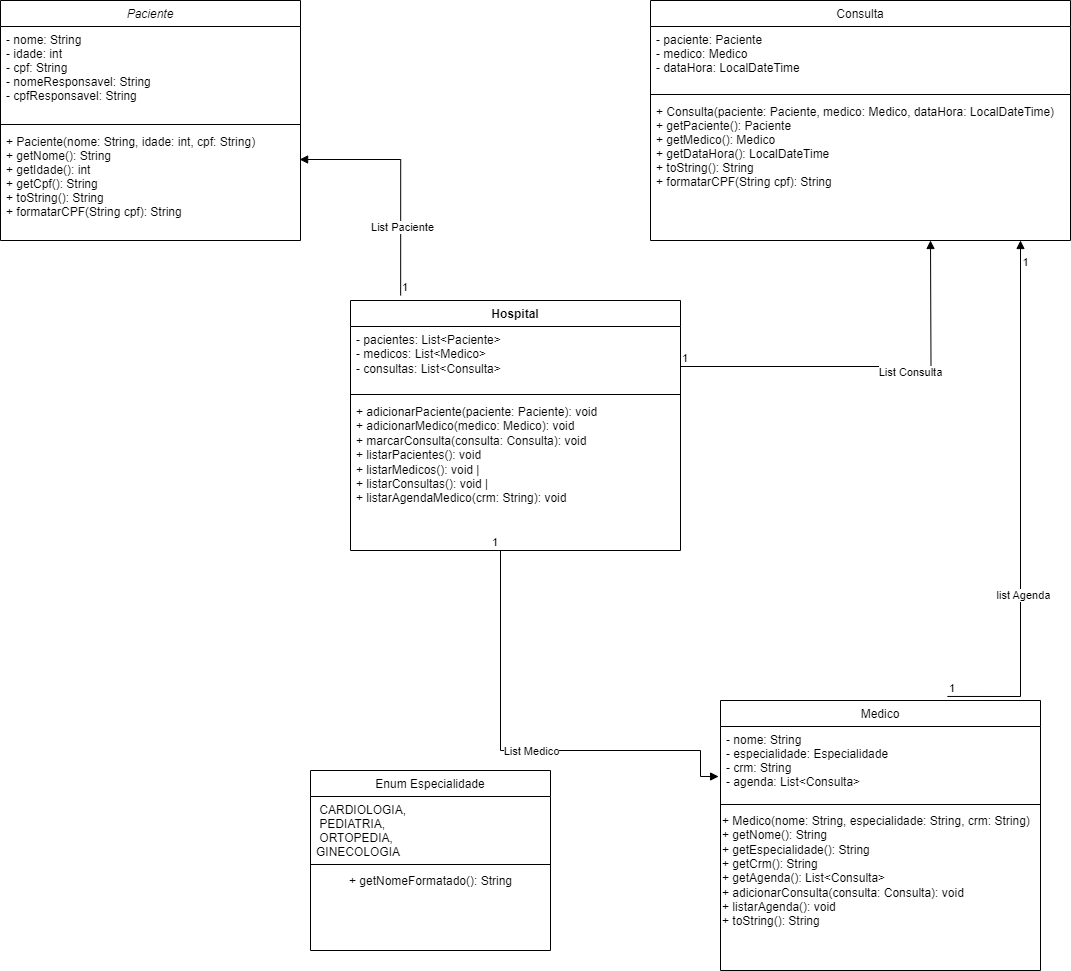
The draw.io diagram GH.drawio.png in LucasBigas/TrabFinalPoo, before a commit. Source tidied: cells renumbered, new cells last; positions are measured from the earlier drawing's top-left corner, leaving out a move shared by most shapes.
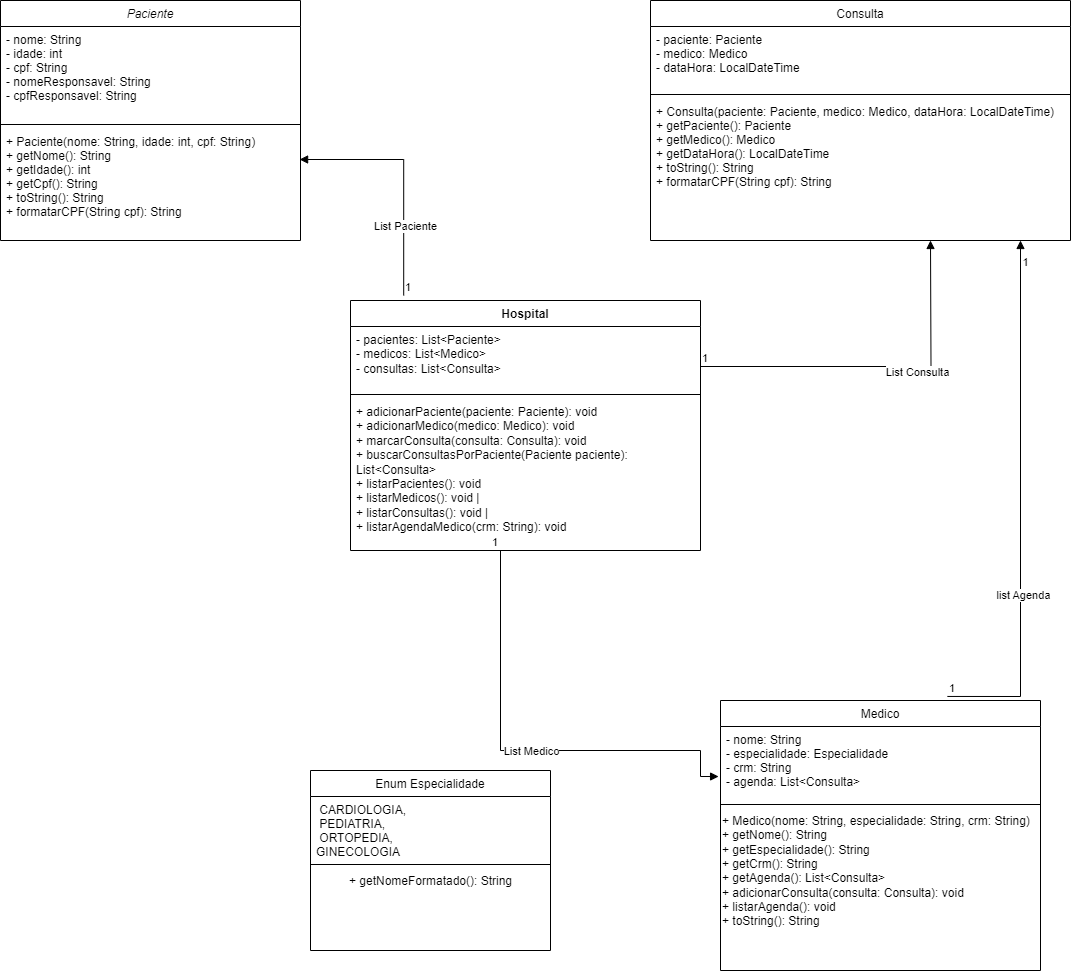
After the change.

What changed in the source:
```diff
@@ -51,16 +51,16 @@
       <mxGeometry y="98" width="420" height="102" as="geometry" />
     </mxCell>
     <mxCell id="18" value="Hospital" style="swimlane;fontStyle=1;align=center;verticalAlign=top;horizontal=1;startSize=26;whiteSpace=wrap;html=1;" parent="1" vertex="1">
-      <mxGeometry x="350" y="300" width="330" height="250" as="geometry" />
+      <mxGeometry x="350" y="300" width="350" height="250" as="geometry" />
     </mxCell>
     <mxCell id="19" value="- pacientes: List&amp;lt;Paciente&amp;gt;&lt;div&gt;- medicos: List&amp;lt;Medico&amp;gt;&lt;/div&gt;&lt;div&gt;- consultas: List&amp;lt;Consulta&amp;gt;&lt;/div&gt;" style="text;strokeColor=none;fillColor=none;align=left;verticalAlign=top;spacingLeft=4;spacingRight=4;overflow=hidden;points=[[0,0.5],[1,0.5]];portConstraint=eastwest;whiteSpace=wrap;html=1;" parent="18" vertex="1">
-      <mxGeometry y="26" width="330" height="64" as="geometry" />
+      <mxGeometry y="26" width="350" height="64" as="geometry" />
     </mxCell>
     <mxCell id="20" style="line;strokeWidth=1;fillColor=none;align=left;verticalAlign=middle;spacingTop=-1;spacingLeft=3;spacingRight=3;labelPosition=right;strokeColor=inherit;" parent="18" vertex="1">
-      <mxGeometry y="90" width="330" height="8" as="geometry" />
+      <mxGeometry y="90" width="350" height="8" as="geometry" />
     </mxCell>
-    <mxCell id="21" value="&lt;span style=&quot;text-wrap: nowrap;&quot;&gt;+ adicionarPaciente(paciente: Paciente): void&amp;nbsp;&lt;/span&gt;&lt;br style=&quot;padding: 0px; margin: 0px; text-wrap: nowrap;&quot;&gt;&lt;span style=&quot;text-wrap: nowrap;&quot;&gt;+ adicionarMedico(medico: Medico): void&amp;nbsp;&lt;/span&gt;&lt;br style=&quot;padding: 0px; margin: 0px; text-wrap: nowrap;&quot;&gt;&lt;span style=&quot;text-wrap: nowrap;&quot;&gt;+ marcarConsulta(consulta: Consulta): void&amp;nbsp;&lt;/span&gt;&lt;br style=&quot;padding: 0px; margin: 0px; text-wrap: nowrap;&quot;&gt;&lt;span style=&quot;text-wrap: nowrap;&quot;&gt;+ listarPacientes(): void&amp;nbsp;&lt;/span&gt;&lt;br style=&quot;padding: 0px; margin: 0px; text-wrap: nowrap;&quot;&gt;&lt;span style=&quot;text-wrap: nowrap;&quot;&gt;+ listarMedicos(): void |&lt;/span&gt;&lt;br style=&quot;padding: 0px; margin: 0px; text-wrap: nowrap;&quot;&gt;&lt;span style=&quot;text-wrap: nowrap;&quot;&gt;+ listarConsultas(): void |&lt;/span&gt;&lt;br style=&quot;padding: 0px; margin: 0px; text-wrap: nowrap;&quot;&gt;&lt;span style=&quot;text-wrap: nowrap;&quot;&gt;+ listarAgendaMedico(crm: String): void&amp;nbsp;&amp;nbsp;&lt;/span&gt;" style="text;strokeColor=none;fillColor=none;align=left;verticalAlign=top;spacingLeft=4;spacingRight=4;overflow=hidden;whiteSpace=wrap;html=1;" parent="18" vertex="1">
-      <mxGeometry y="98" width="330" height="152" as="geometry" />
+    <mxCell id="21" value="&lt;span style=&quot;text-wrap: nowrap;&quot;&gt;+ adicionarPaciente(paciente: Paciente): void&amp;nbsp;&lt;/span&gt;&lt;br style=&quot;padding: 0px; margin: 0px; text-wrap: nowrap;&quot;&gt;&lt;span style=&quot;text-wrap: nowrap;&quot;&gt;+ adicionarMedico(medico: Medico): void&amp;nbsp;&lt;/span&gt;&lt;br style=&quot;padding: 0px; margin: 0px; text-wrap: nowrap;&quot;&gt;&lt;span style=&quot;text-wrap: nowrap;&quot;&gt;+ marcarConsulta(consulta: Consulta): void&lt;br&gt;&lt;/span&gt;&lt;div&gt;&lt;span style=&quot;background-color: initial;&quot;&gt;+ buscarConsultasPorPaciente(Paciente paciente): List&amp;lt;Consulta&amp;gt;&lt;/span&gt;&lt;span style=&quot;text-wrap: nowrap;&quot;&gt;&amp;nbsp;&lt;/span&gt;&lt;br style=&quot;padding: 0px; margin: 0px; text-wrap: nowrap;&quot;&gt;&lt;span style=&quot;text-wrap: nowrap;&quot;&gt;+ listarPacientes(): void&amp;nbsp;&lt;/span&gt;&lt;br style=&quot;padding: 0px; margin: 0px; text-wrap: nowrap;&quot;&gt;&lt;span style=&quot;text-wrap: nowrap;&quot;&gt;+ listarMedicos(): void |&lt;/span&gt;&lt;br style=&quot;padding: 0px; margin: 0px; text-wrap: nowrap;&quot;&gt;&lt;span style=&quot;text-wrap: nowrap;&quot;&gt;+ listarConsultas(): void |&lt;/span&gt;&lt;br style=&quot;padding: 0px; margin: 0px; text-wrap: nowrap;&quot;&gt;&lt;span style=&quot;text-wrap: nowrap;&quot;&gt;+ listarAgendaMedico(crm: String): void&amp;nbsp;&amp;nbsp;&lt;/span&gt;&lt;/div&gt;" style="text;strokeColor=none;fillColor=none;align=left;verticalAlign=top;spacingLeft=4;spacingRight=4;overflow=hidden;whiteSpace=wrap;html=1;" parent="18" vertex="1">
+      <mxGeometry y="98" width="350" height="152" as="geometry" />
     </mxCell>
     <mxCell id="22" style="endArrow=block;endFill=1;html=1;edgeStyle=orthogonalEdgeStyle;align=left;verticalAlign=top;rounded=0;exitX=0.152;exitY=-0.02;exitDx=0;exitDy=0;exitPerimeter=0;entryX=0.997;entryY=0.337;entryDx=0;entryDy=0;entryPerimeter=0;" parent="1" edge="1" source="18" target="5">
       <mxGeometry x="-1" relative="1" as="geometry" />
```
